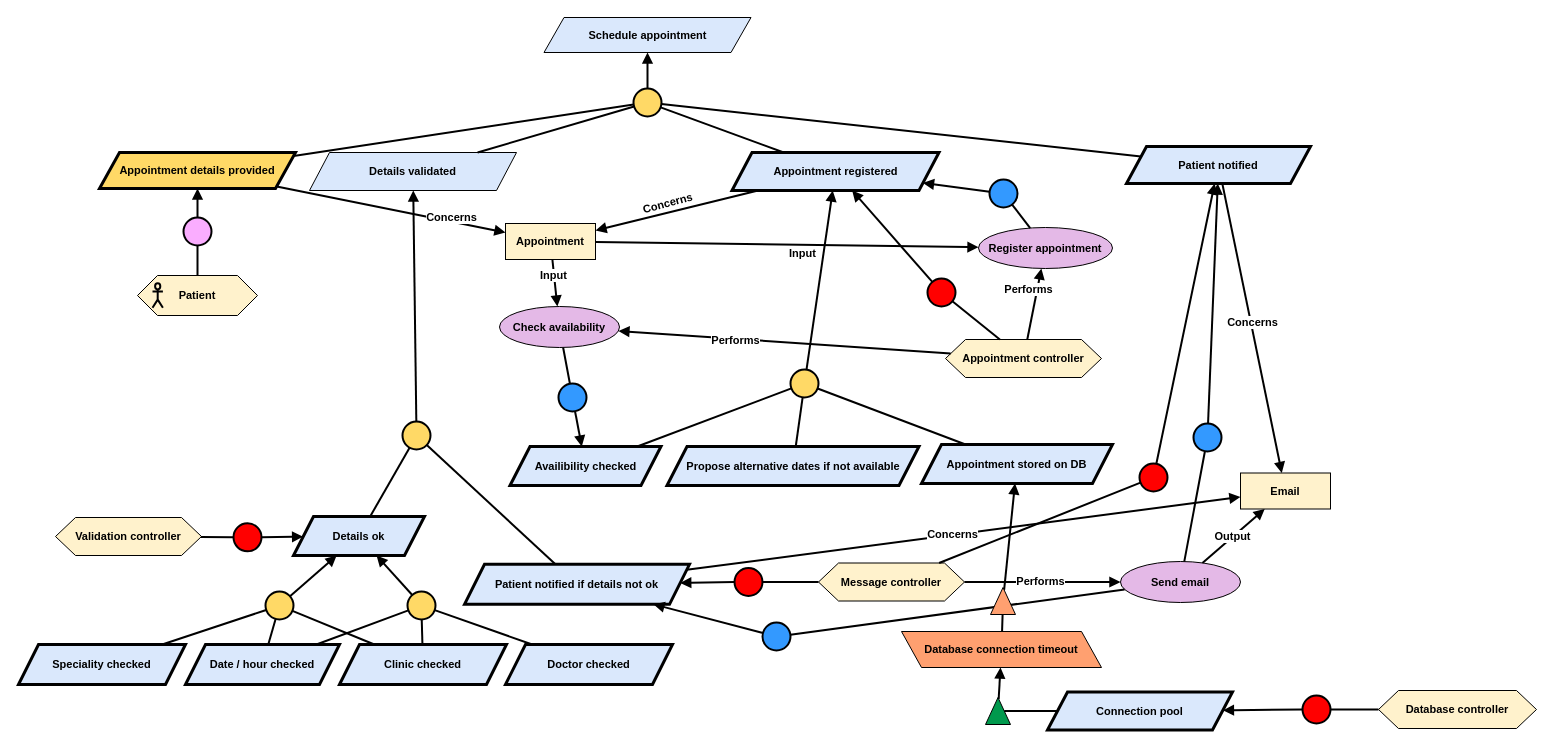
The draw.io diagram Kaos/KAOS 3.drawio in RafaelCMira/myclinic-msp-project, before the edit. Source tidied: cells renumbered, new cells numbered last; positions are measured from the earlier drawing's top-left corner, leaving out a move shared by most shapes. Both pictures are drawn from the tidied source at 100%, with x=0, y=0 at pixel (18, 17).
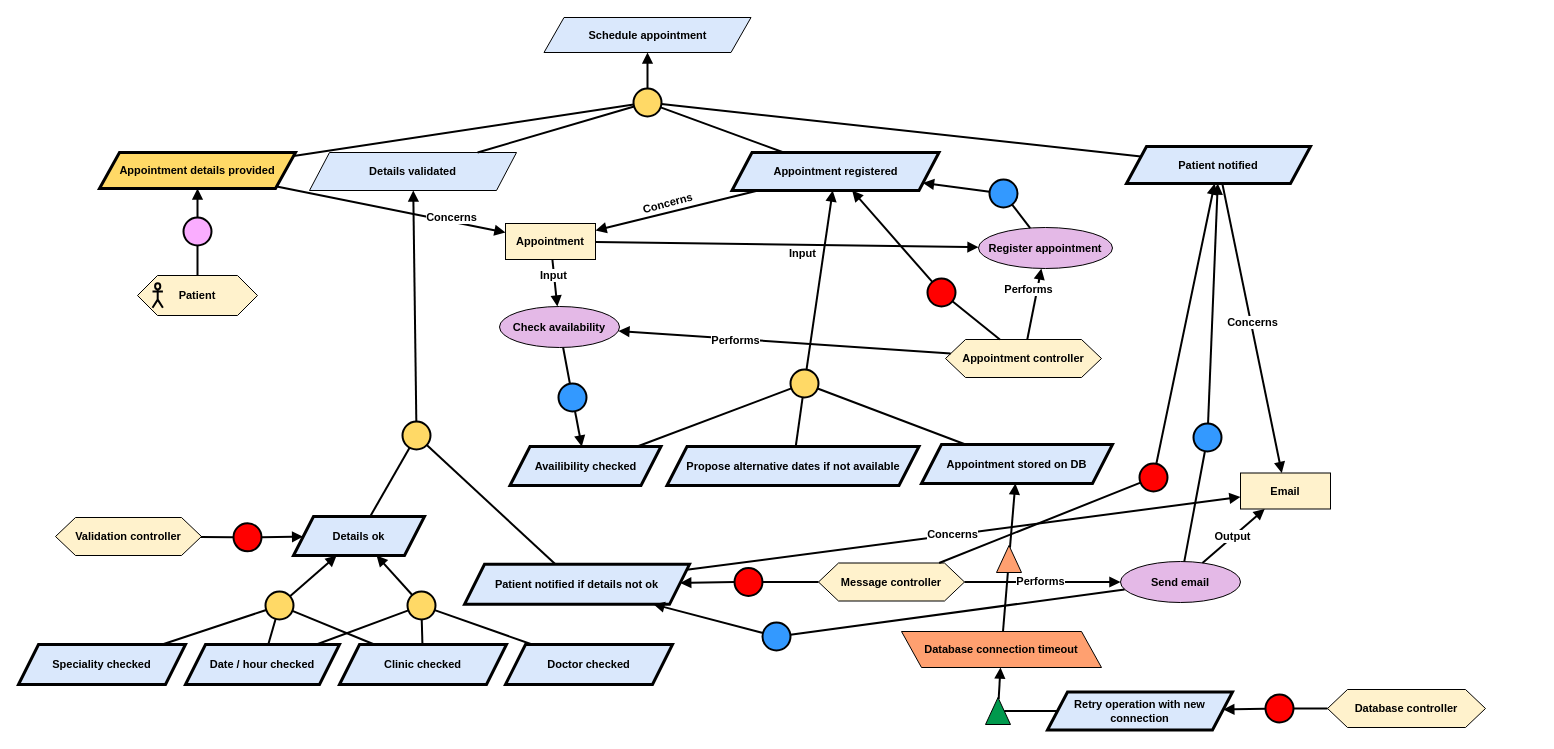
The same diagram, later.

Diff of the diagram source:
```diff
@@
     <mxCell id="3" value="&lt;div&gt;&lt;b&gt;Database controller&lt;/b&gt;&lt;/div&gt;" style="shape=hexagon;perimeter=hexagonPerimeter2;whiteSpace=wrap;html=1;fixedSize=1;fillColor=#FFF2CC;fontFamily=Helvetica;fontSize=11;fontColor=default;labelBackgroundColor=none;" parent="1" vertex="1">
-      <mxGeometry x="1360" y="673" width="158" height="38" as="geometry" />
+      <mxGeometry x="1309" y="672" width="158" height="38" as="geometry" />
     </mxCell>
@@
-    <mxCell id="98" value="&lt;b&gt;Connection pool&lt;/b&gt;" style="shape=parallelogram;perimeter=parallelogramPerimeter;whiteSpace=wrap;html=1;fixedSize=1;fillColor=#dae8fc;strokeColor=#000000;fontFamily=Helvetica;fontSize=11;fontColor=default;labelBackgroundColor=none;strokeWidth=3;" parent="1" vertex="1">
+    <mxCell id="98" value="&lt;b&gt;Retry operation with new connection&lt;/b&gt;" style="shape=parallelogram;perimeter=parallelogramPerimeter;whiteSpace=wrap;html=1;fixedSize=1;fillColor=#dae8fc;strokeColor=#000000;fontFamily=Helvetica;fontSize=11;fontColor=default;labelBackgroundColor=none;strokeWidth=3;" parent="1" vertex="1">
       <mxGeometry x="1029" y="674.5" width="185" height="38" as="geometry" />
     </mxCell>
@@
     <mxCell id="102" style="ellipse;whiteSpace=wrap;html=1;fillColor=#FF0000;strokeWidth=2;" parent="1" vertex="1">
-      <mxGeometry x="1284" y="678" width="28" height="28" as="geometry" />
+      <mxGeometry x="1247" y="677" width="28" height="28" as="geometry" />
     </mxCell>
@@
     <mxCell id="110" style="triangle;whiteSpace=wrap;html=1;rotation=-90;fillColor=#FFA070;" parent="1" vertex="1">
-      <mxGeometry x="971" y="571" width="27" height="25" as="geometry" />
+      <mxGeometry x="977" y="529" width="27" height="25" as="geometry" />
     </mxCell>
```
